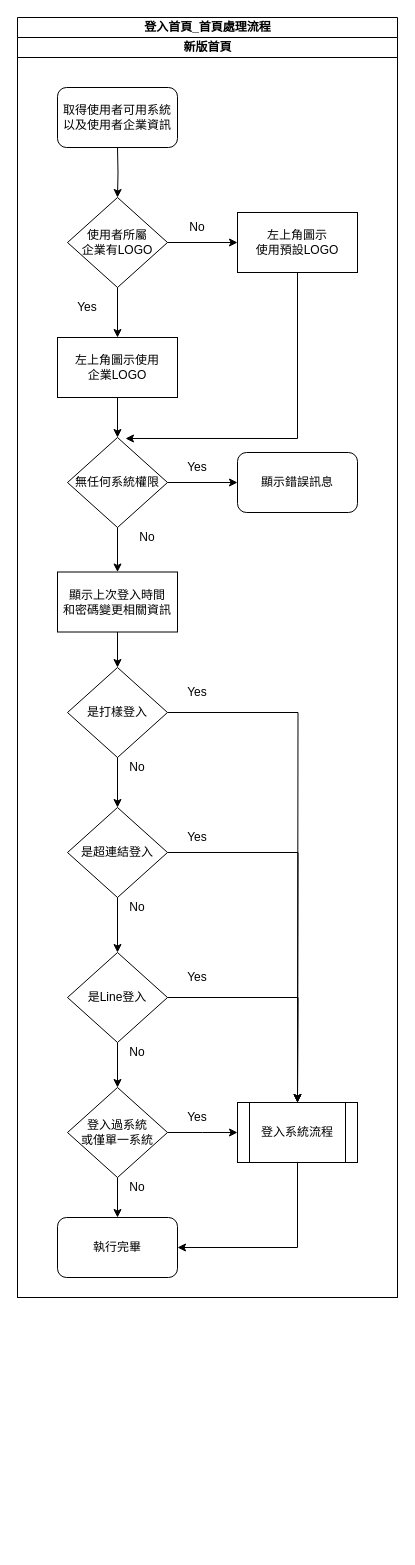
ArcareRD/sadocs keeps this draw.io diagram as page "登入首頁_首頁處理流程" (1 of 6) of 8.10.0/UPDATE/ITEM_10/RTE/diagram/新版首頁.drawio. Above is the earlier version. Source tidied: cells renumbered, new cells numbered last; positions are measured from the earlier drawing's top-left corner, leaving out a move shared by most shapes. Both pictures are drawn from the tidied source at 100%, with x=0, y=0 at pixel (17, 17).
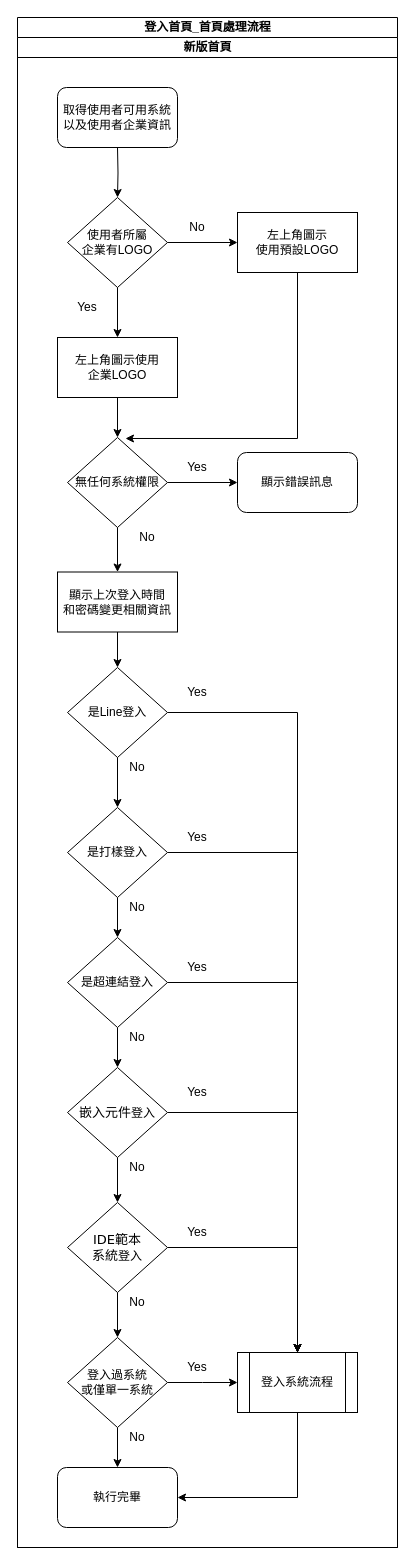
The same page after the edit.

Change to the diagram source:
```diff
@@
     <mxCell id="2" value="登入首頁_首頁處理流程" style="swimlane;html=1;startSize=20;" parent="1" vertex="1">
-      <mxGeometry width="380" height="1280" as="geometry" />
+      <mxGeometry width="380" height="1530" as="geometry" />
     </mxCell>
     <mxCell id="3" value="新版首頁" style="swimlane;html=1;startSize=20;" parent="2" vertex="1">
-      <mxGeometry y="20" width="380" height="1260" as="geometry" />
+      <mxGeometry y="20" width="380" height="1510" as="geometry" />
     </mxCell>
@@
-    <mxCell id="6" style="edgeStyle=orthogonalEdgeStyle;rounded=0;jettySize=auto;html=1;" parent="3" edge="1" source="8" target="23">
-      <mxGeometry relative="1" as="geometry" />
-    </mxCell>
-    <mxCell id="7" style="edgeStyle=orthogonalEdgeStyle;rounded=0;jettySize=auto;html=1;" parent="3" edge="1" source="8">
-      <mxGeometry relative="1" as="geometry">
-        <mxPoint x="280" y="1065" as="targetPoint" />
-      </mxGeometry>
+    <mxCell id="7" style="edgeStyle=orthogonalEdgeStyle;rounded=0;jettySize=auto;html=1;" parent="3" edge="1" source="8" target="38">
+      <mxGeometry relative="1" as="geometry" />
     </mxCell>
+    <mxCell id="46" style="edgeStyle=orthogonalEdgeStyle;rounded=0;jettySize=auto;html=1;" parent="3" edge="1" source="51" target="23">
+      <mxGeometry relative="1" as="geometry" />
+    </mxCell>
+    <mxCell id="47" style="edgeStyle=orthogonalEdgeStyle;rounded=0;jettySize=auto;html=1;" parent="3" edge="1" source="51" target="38">
+      <mxGeometry relative="1" as="geometry" />
+    </mxCell>
+    <mxCell id="21" style="edgeStyle=orthogonalEdgeStyle;rounded=0;jettySize=auto;html=1;" parent="3" edge="1" source="23">
+      <mxGeometry relative="1" as="geometry">
+        <mxPoint x="220" y="1345" as="targetPoint" />
+      </mxGeometry>
+    </mxCell>
+    <mxCell id="22" style="edgeStyle=orthogonalEdgeStyle;rounded=0;jettySize=auto;html=1;" parent="3" edge="1" source="23" target="24">
+      <mxGeometry relative="1" as="geometry" />
+    </mxCell>
+    <mxCell id="37" style="edgeStyle=orthogonalEdgeStyle;rounded=0;jettySize=auto;html=1;entryX=1;entryY=0.5;entryDx=0;entryDy=0;exitX=0.5;exitY=1;exitDx=0;exitDy=0;" parent="3" edge="1" source="38" target="24">
+      <mxGeometry relative="1" as="geometry" />
+    </mxCell>
+    <mxCell id="48" style="edgeStyle=orthogonalEdgeStyle;rounded=0;jettySize=auto;html=1;" parent="3" edge="1" source="50" target="8">
+      <mxGeometry relative="1" as="geometry" />
+    </mxCell>
+    <mxCell id="49" style="edgeStyle=orthogonalEdgeStyle;rounded=0;jettySize=auto;html=1;" parent="3" edge="1" source="50" target="38">
+      <mxGeometry relative="1" as="geometry" />
+    </mxCell>
+    <mxCell id="50" value="是超連結登入" style="rhombus;whiteSpace=wrap;html=1;" parent="3" vertex="1">
+      <mxGeometry x="50" y="900" width="100" height="90" as="geometry" />
+    </mxCell>
+    <mxCell id="24" value="執行完畢" style="rounded=1;whiteSpace=wrap;html=1;" parent="3" vertex="1">
+      <mxGeometry x="40" y="1430" width="120" height="60" as="geometry" />
+    </mxCell>
+    <mxCell id="23" value="登入過系統&lt;br&gt;或僅單一系統" style="rhombus;whiteSpace=wrap;html=1;" parent="3" vertex="1">
+      <mxGeometry x="50" y="1300" width="100" height="90" as="geometry" />
+    </mxCell>
+    <mxCell id="51" value="&lt;span style=&quot;font-family: &amp;#34;verdana&amp;#34; , &amp;#34;arial&amp;#34; , &amp;#34;bitstream vera sans&amp;#34; , &amp;#34;helvetica&amp;#34; , sans-serif ; font-size: 13px ; text-align: left ; background-color: rgb(255 , 255 , 255)&quot;&gt;IDE範本&lt;br&gt;系統&lt;/span&gt;登入" style="rhombus;whiteSpace=wrap;html=1;" parent="3" vertex="1">
+      <mxGeometry x="50" y="1165" width="100" height="90" as="geometry" />
+    </mxCell>
+    <mxCell id="52" style="edgeStyle=orthogonalEdgeStyle;rounded=0;jettySize=auto;html=1;" parent="3" edge="1" source="8" target="51">
+      <mxGeometry relative="1" as="geometry" />
+    </mxCell>
-    <mxCell id="8" value="是Line登入" style="rhombus;whiteSpace=wrap;html=1;" parent="3" vertex="1">
-      <mxGeometry x="50" y="915" width="100" height="90" as="geometry" />
+    <mxCell id="8" value="&lt;span style=&quot;font-family: &amp;#34;verdana&amp;#34; , &amp;#34;arial&amp;#34; , &amp;#34;bitstream vera sans&amp;#34; , &amp;#34;helvetica&amp;#34; , sans-serif ; font-size: 13px ; text-align: left ; background-color: rgb(255 , 255 , 255)&quot;&gt;嵌入元件&lt;/span&gt;登入" style="rhombus;whiteSpace=wrap;html=1;" parent="3" vertex="1">
+      <mxGeometry x="50" y="1030" width="100" height="90" as="geometry" />
     </mxCell>
+    <mxCell id="27" value="No" style="text;html=1;strokeColor=none;fillColor=none;align=center;verticalAlign=middle;whiteSpace=wrap;rounded=0;" parent="3" vertex="1">
+      <mxGeometry x="100" y="860" width="40" height="20" as="geometry" />
+    </mxCell>
+    <mxCell id="53" value="No" style="text;html=1;strokeColor=none;fillColor=none;align=center;verticalAlign=middle;whiteSpace=wrap;rounded=0;" parent="3" vertex="1">
+      <mxGeometry x="100" y="1255" width="40" height="20" as="geometry" />
+    </mxCell>
+    <mxCell id="54" value="No" style="text;html=1;strokeColor=none;fillColor=none;align=center;verticalAlign=middle;whiteSpace=wrap;rounded=0;" parent="3" vertex="1">
+      <mxGeometry x="100" y="990" width="40" height="20" as="geometry" />
+    </mxCell>
+    <mxCell id="55" value="Yes" style="text;html=1;strokeColor=none;fillColor=none;align=center;verticalAlign=middle;whiteSpace=wrap;rounded=0;" parent="3" vertex="1">
+      <mxGeometry x="160" y="920" width="40" height="20" as="geometry" />
+    </mxCell>
+    <mxCell id="32" value="Yes" style="text;html=1;strokeColor=none;fillColor=none;align=center;verticalAlign=middle;whiteSpace=wrap;rounded=0;" parent="3" vertex="1">
+      <mxGeometry x="160" y="1045" width="40" height="20" as="geometry" />
+    </mxCell>
+    <mxCell id="25" value="No" style="text;html=1;strokeColor=none;fillColor=none;align=center;verticalAlign=middle;whiteSpace=wrap;rounded=0;" parent="3" vertex="1">
+      <mxGeometry x="100" y="1120" width="40" height="20" as="geometry" />
+    </mxCell>
+    <mxCell id="56" value="Yes" style="text;html=1;strokeColor=none;fillColor=none;align=center;verticalAlign=middle;whiteSpace=wrap;rounded=0;" parent="3" vertex="1">
+      <mxGeometry x="160" y="1185" width="40" height="20" as="geometry" />
+    </mxCell>
+    <mxCell id="29" value="No" style="text;html=1;strokeColor=none;fillColor=none;align=center;verticalAlign=middle;whiteSpace=wrap;rounded=0;" parent="3" vertex="1">
+      <mxGeometry x="100" y="1390" width="40" height="20" as="geometry" />
+    </mxCell>
+    <mxCell id="31" value="Yes" style="text;html=1;strokeColor=none;fillColor=none;align=center;verticalAlign=middle;whiteSpace=wrap;rounded=0;" parent="3" vertex="1">
+      <mxGeometry x="160" y="1320" width="40" height="20" as="geometry" />
+    </mxCell>
+    <mxCell id="38" value="登入系統流程" style="shape=process;whiteSpace=wrap;html=1;backgroundOutline=1;" parent="3" vertex="1">
+      <mxGeometry x="220" y="1315" width="120" height="60" as="geometry" />
+    </mxCell>
-    <mxCell id="9" style="edgeStyle=orthogonalEdgeStyle;rounded=0;jettySize=auto;html=1;" parent="3" edge="1" source="10">
-      <mxGeometry relative="1" as="geometry">
-        <mxPoint x="280" y="1065" as="targetPoint" />
-      </mxGeometry>
+    <mxCell id="9" style="edgeStyle=orthogonalEdgeStyle;rounded=0;jettySize=auto;html=1;" parent="3" edge="1" source="10" target="38">
+      <mxGeometry relative="1" as="geometry" />
     </mxCell>
+    <mxCell id="57" style="edgeStyle=orthogonalEdgeStyle;rounded=0;jettySize=auto;html=1;" parent="3" edge="1" source="10" target="50">
+      <mxGeometry relative="1" as="geometry" />
+    </mxCell>
-    <mxCell id="10" value="是超連結登入" style="rhombus;whiteSpace=wrap;html=1;" parent="3" vertex="1">
+    <mxCell id="10" value="是打樣登入" style="rhombus;whiteSpace=wrap;html=1;" parent="3" vertex="1">
       <mxGeometry x="50" y="770" width="100" height="90" as="geometry" />
     </mxCell>
@@
-    <mxCell id="19" style="edgeStyle=orthogonalEdgeStyle;rounded=0;jettySize=auto;html=1;" parent="3" edge="1" source="20">
-      <mxGeometry relative="1" as="geometry">
-        <mxPoint x="280" y="1065" as="targetPoint" />
-      </mxGeometry>
+    <mxCell id="19" style="edgeStyle=orthogonalEdgeStyle;rounded=0;jettySize=auto;html=1;" parent="3" edge="1" source="20" target="38">
+      <mxGeometry relative="1" as="geometry" />
     </mxCell>
-    <mxCell id="20" value="是打樣登入" style="rhombus;whiteSpace=wrap;html=1;" parent="3" vertex="1">
+    <mxCell id="20" value="是Line登入" style="rhombus;whiteSpace=wrap;html=1;" parent="3" vertex="1">
       <mxGeometry x="50" y="630" width="100" height="90" as="geometry" />
     </mxCell>
-    <mxCell id="21" style="edgeStyle=orthogonalEdgeStyle;rounded=0;jettySize=auto;html=1;" parent="3" edge="1" source="23">
-      <mxGeometry relative="1" as="geometry">
-        <mxPoint x="220" y="1095" as="targetPoint" />
-      </mxGeometry>
-    </mxCell>
-    <mxCell id="22" style="edgeStyle=orthogonalEdgeStyle;rounded=0;jettySize=auto;html=1;" parent="3" edge="1" source="23" target="24">
-      <mxGeometry relative="1" as="geometry" />
-    </mxCell>
-    <mxCell id="23" value="登入過系統&lt;br&gt;或僅單一系統" style="rhombus;whiteSpace=wrap;html=1;" parent="3" vertex="1">
-      <mxGeometry x="50" y="1050" width="100" height="90" as="geometry" />
-    </mxCell>
-    <mxCell id="24" value="執行完畢" style="rounded=1;whiteSpace=wrap;html=1;" parent="3" vertex="1">
-      <mxGeometry x="40" y="1180" width="120" height="60" as="geometry" />
-    </mxCell>
-    <mxCell id="25" value="No" style="text;html=1;strokeColor=none;fillColor=none;align=center;verticalAlign=middle;whiteSpace=wrap;rounded=0;" parent="3" vertex="1">
-      <mxGeometry x="100" y="1005" width="40" height="20" as="geometry" />
-    </mxCell>
@@
-    <mxCell id="27" value="No" style="text;html=1;strokeColor=none;fillColor=none;align=center;verticalAlign=middle;whiteSpace=wrap;rounded=0;" parent="3" vertex="1">
-      <mxGeometry x="100" y="860" width="40" height="20" as="geometry" />
-    </mxCell>
@@
-    <mxCell id="29" value="No" style="text;html=1;strokeColor=none;fillColor=none;align=center;verticalAlign=middle;whiteSpace=wrap;rounded=0;" parent="3" vertex="1">
-      <mxGeometry x="100" y="1140" width="40" height="20" as="geometry" />
-    </mxCell>
@@
-    <mxCell id="31" value="Yes" style="text;html=1;strokeColor=none;fillColor=none;align=center;verticalAlign=middle;whiteSpace=wrap;rounded=0;" parent="3" vertex="1">
-      <mxGeometry x="160" y="1070" width="40" height="20" as="geometry" />
-    </mxCell>
-    <mxCell id="32" value="Yes" style="text;html=1;strokeColor=none;fillColor=none;align=center;verticalAlign=middle;whiteSpace=wrap;rounded=0;" parent="3" vertex="1">
-      <mxGeometry x="160" y="930" width="40" height="20" as="geometry" />
-    </mxCell>
@@
-    <mxCell id="37" style="edgeStyle=orthogonalEdgeStyle;rounded=0;jettySize=auto;html=1;entryX=1;entryY=0.5;entryDx=0;entryDy=0;exitX=0.5;exitY=1;exitDx=0;exitDy=0;" parent="3" edge="1" source="38" target="24">
-      <mxGeometry relative="1" as="geometry" />
-    </mxCell>
-    <mxCell id="38" value="登入系統流程" style="shape=process;whiteSpace=wrap;html=1;backgroundOutline=1;" parent="3" vertex="1">
-      <mxGeometry x="220" y="1065" width="120" height="60" as="geometry" />
-    </mxCell>
@@
-    <mxCell id="45" style="edgeStyle=orthogonalEdgeStyle;rounded=0;jettySize=auto;html=1;" parent="3" edge="1" source="10" target="8">
-      <mxGeometry relative="1" as="geometry" />
-    </mxCell>
```
